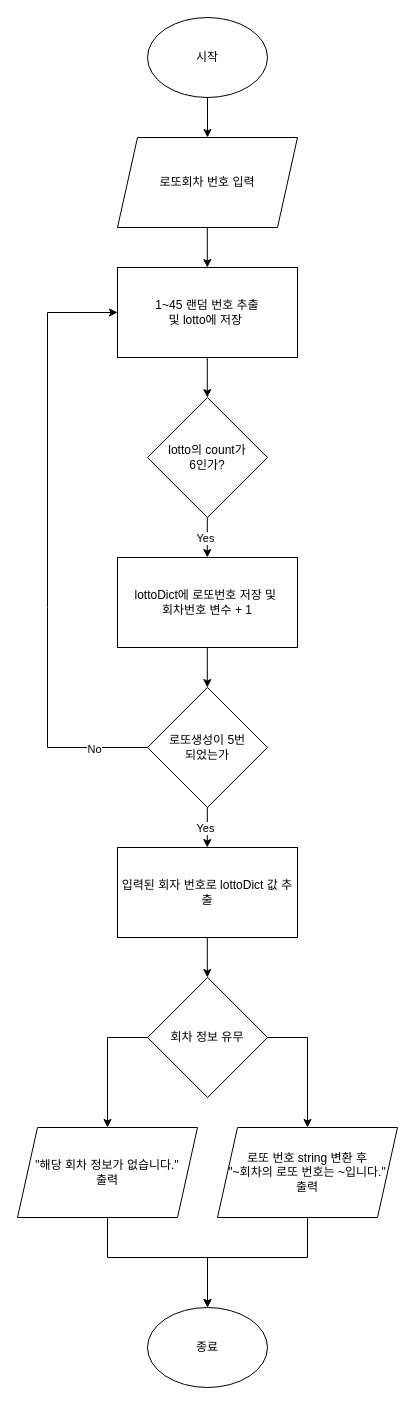
Reimos7/swift-starter-Round2 keeps this draw.io diagram as step3_순서도.drawio. Above is the earlier version. Source tidied: cells renumbered, new cells numbered last; positions are measured from the earlier drawing's top-left corner, leaving out a move shared by most shapes. Both pictures are drawn from the tidied source at 100%, with x=0, y=0 at pixel (17, 17).
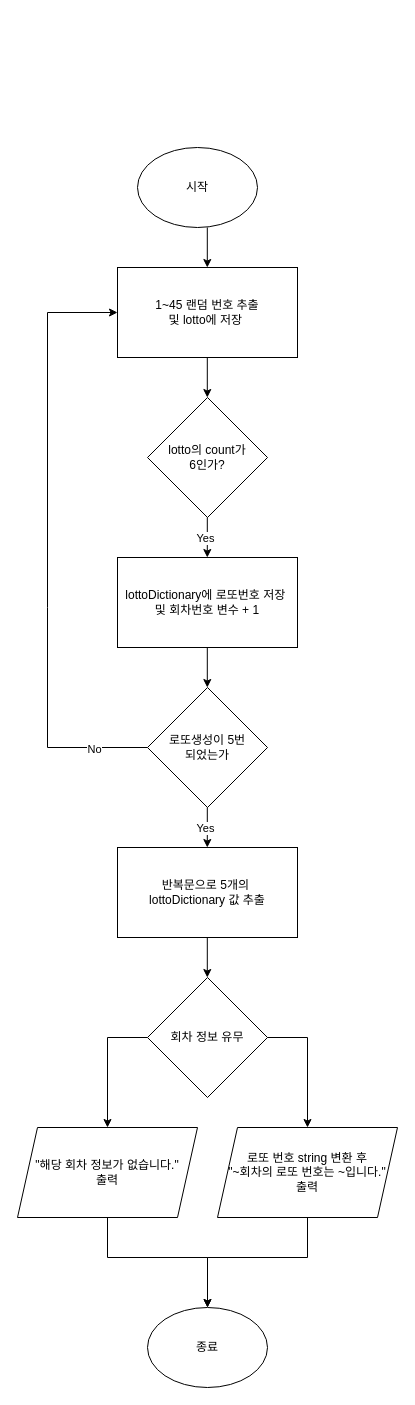
The same page after the edit.

Commit message (it also covers changes not shown here):
[Round2] step3 - Naming Refactor

What changed in the source:
```diff
@@
     <mxCell id="2" value="시작" style="ellipse;whiteSpace=wrap;html=1;" parent="1" vertex="1">
-      <mxGeometry x="130" width="120" height="80" as="geometry" />
+      <mxGeometry x="120" y="130" width="120" height="80" as="geometry" />
     </mxCell>
-    <mxCell id="3" value="로또회차 번호 입력" style="shape=parallelogram;perimeter=parallelogramPerimeter;whiteSpace=wrap;html=1;fixedSize=1;" parent="1" vertex="1">
-      <mxGeometry x="100" y="120" width="180" height="90" as="geometry" />
-    </mxCell>
@@
-    <mxCell id="6" value="lottoDict에 로또번호 저장 및&amp;nbsp;&lt;div&gt;회차번호 변수 + 1&lt;/div&gt;" style="rounded=0;whiteSpace=wrap;html=1;" parent="1" vertex="1">
+    <mxCell id="6" value="lottoDictionary에 로또번호 저장&amp;nbsp;&lt;div&gt;및&amp;nbsp;&lt;span style=&quot;background-color: initial;&quot;&gt;회차번호 변수 + 1&lt;/span&gt;&lt;/div&gt;" style="rounded=0;whiteSpace=wrap;html=1;" parent="1" vertex="1">
       <mxGeometry x="100" y="540" width="180" height="90" as="geometry" />
     </mxCell>
@@
-    <mxCell id="8" value="입력된 회자 번호로 lottoDict 값 추출" style="rounded=0;whiteSpace=wrap;html=1;" parent="1" vertex="1">
+    <mxCell id="8" value="반복문으로 5개의&amp;nbsp;&lt;div&gt;lottoDictionary 값 추출&lt;/div&gt;" style="rounded=0;whiteSpace=wrap;html=1;" parent="1" vertex="1">
       <mxGeometry x="100" y="830" width="180" height="90" as="geometry" />
     </mxCell>
@@
-    <mxCell id="12" style="endArrow=classic;html=1;rounded=0;exitX=0.5;exitY=1;exitDx=0;exitDy=0;" parent="1" edge="1" source="2">
-      <mxGeometry relative="1" as="geometry">
-        <mxPoint x="190" y="120" as="targetPoint" />
-      </mxGeometry>
-    </mxCell>
```
